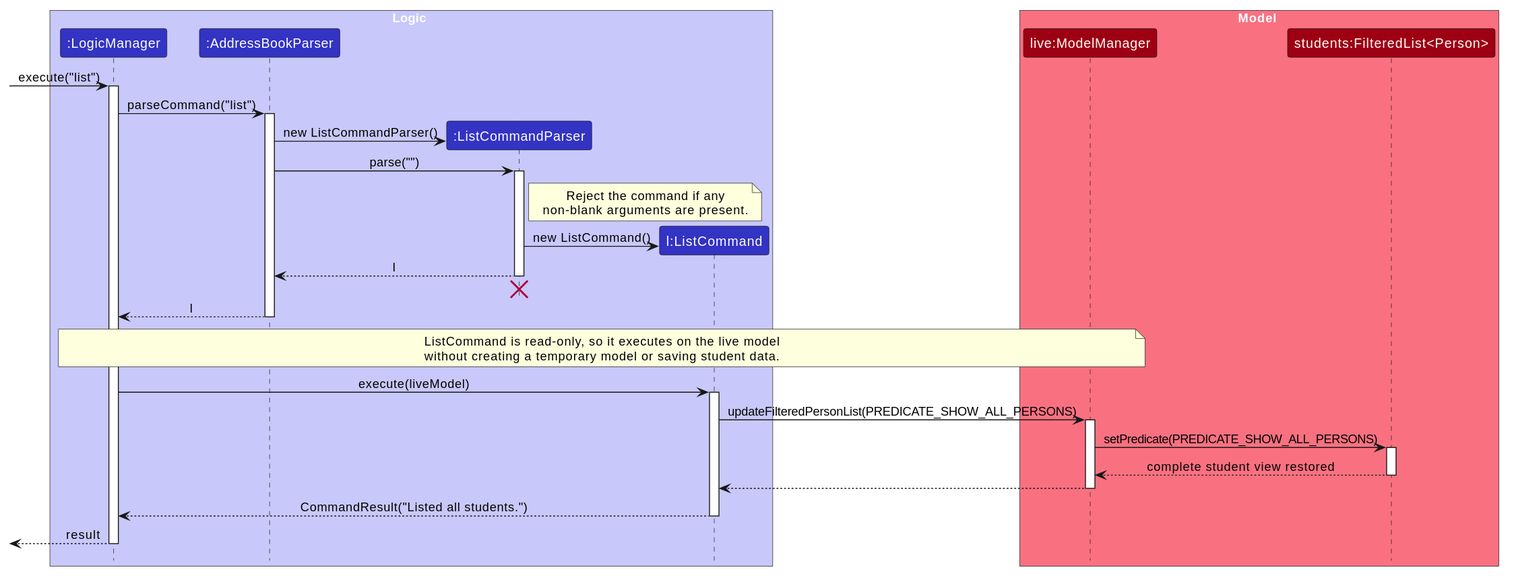
Above: images/ListSequenceDiagram.svg in AY2627S1-CS2103T-F12-1/tp (PlantUML), before the change. Its diagram source:
```plantuml
@startuml
!include style.puml
skinparam ArrowFontStyle plain

box Logic LOGIC_COLOR_T1
participant ":LogicManager" as LogicManager LOGIC_COLOR
participant ":AddressBookParser" as AddressBookParser LOGIC_COLOR
participant ":ListCommandParser" as ListCommandParser LOGIC_COLOR
participant "l:ListCommand" as ListCommand LOGIC_COLOR
end box

box Model MODEL_COLOR_T1
participant "live:ModelManager" as LiveModel MODEL_COLOR
participant "students:FilteredList<Person>" as FilteredStudents MODEL_COLOR
end box

[-> LogicManager : execute("list")
activate LogicManager

LogicManager -> AddressBookParser : parseCommand("list")
activate AddressBookParser
create ListCommandParser
AddressBookParser -> ListCommandParser : new ListCommandParser()
AddressBookParser -> ListCommandParser : parse("")
activate ListCommandParser
note right of ListCommandParser
Reject the command if any
non-blank arguments are present.
end note
create ListCommand
ListCommandParser -> ListCommand : new ListCommand()
ListCommandParser --> AddressBookParser : l
deactivate ListCommandParser
ListCommandParser -[hidden]-> AddressBookParser
destroy ListCommandParser
AddressBookParser --> LogicManager : l
deactivate AddressBookParser

note over LogicManager, LiveModel
ListCommand is read-only, so it executes on the live model
without creating a temporary model or saving student data.
end note
LogicManager -> ListCommand : execute(liveModel)
activate ListCommand
ListCommand -> LiveModel : updateFilteredPersonList(PREDICATE_SHOW_ALL_PERSONS)
activate LiveModel
LiveModel -> FilteredStudents : setPredicate(PREDICATE_SHOW_ALL_PERSONS)
activate FilteredStudents
FilteredStudents --> LiveModel : complete student view restored
deactivate FilteredStudents
LiveModel --> ListCommand
deactivate LiveModel
ListCommand --> LogicManager : CommandResult("Listed all students.")
deactivate ListCommand

[<-- LogicManager : result
deactivate LogicManager
@enduml
```
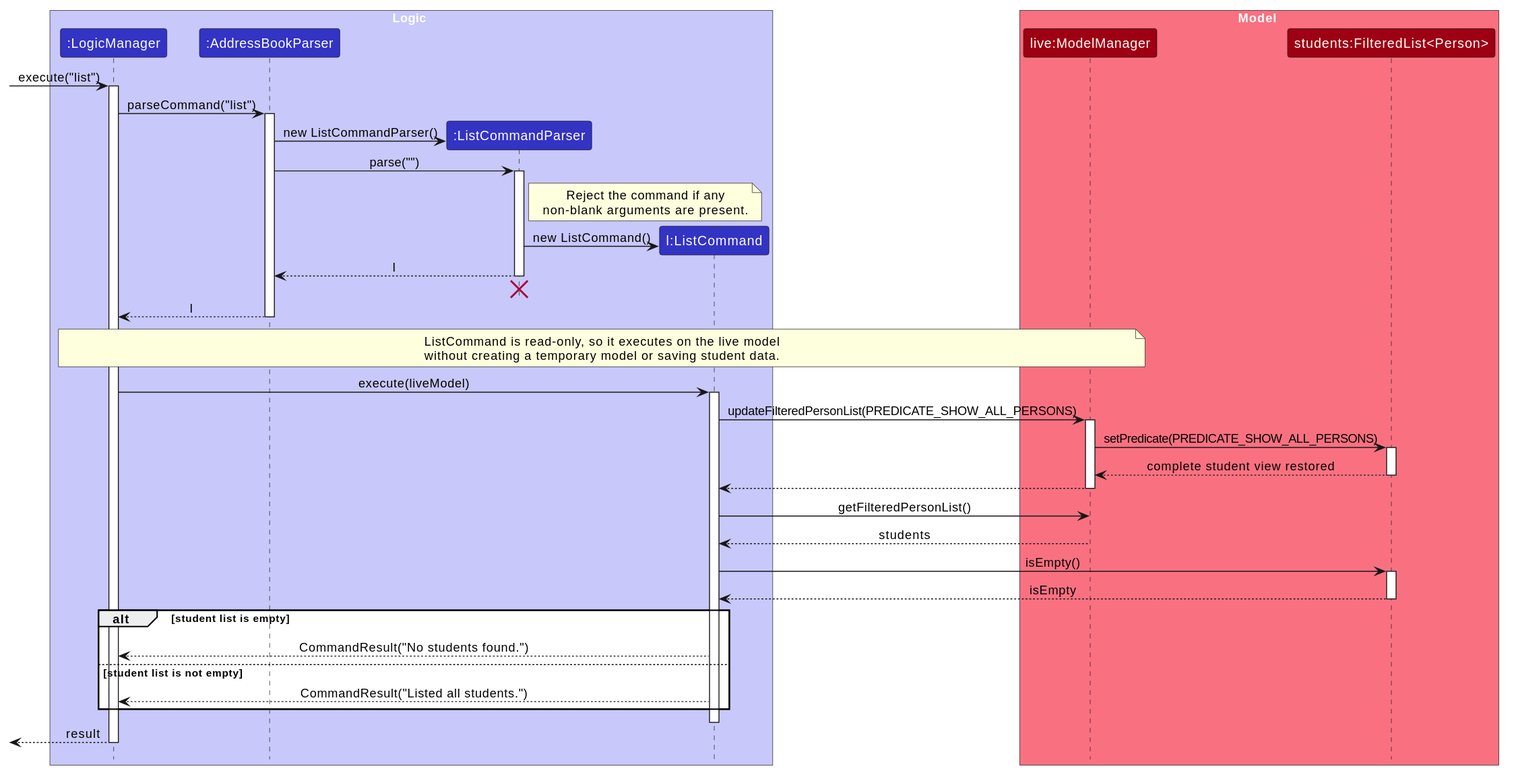
Later version of the same file.

Change to the diagram source:
```diff
@@ -50,7 +50,17 @@
 deactivate FilteredStudents
 LiveModel --> ListCommand
 deactivate LiveModel
-ListCommand --> LogicManager : CommandResult("Listed all students.")
+ListCommand -> LiveModel : getFilteredPersonList()
+LiveModel --> ListCommand : students
+ListCommand -> FilteredStudents : isEmpty()
+activate FilteredStudents
+FilteredStudents --> ListCommand : isEmpty
+deactivate FilteredStudents
+alt student list is empty
+    ListCommand --> LogicManager : CommandResult("No students found.")
+else student list is not empty
+    ListCommand --> LogicManager : CommandResult("Listed all students.")
+end
 deactivate ListCommand
 
 [<-- LogicManager : result
```
